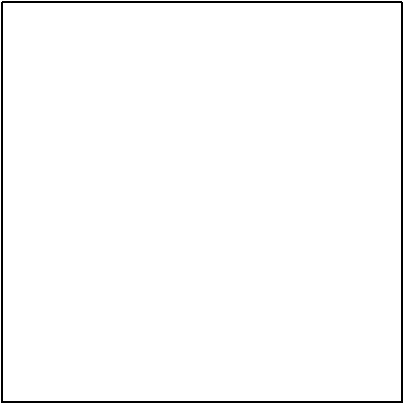
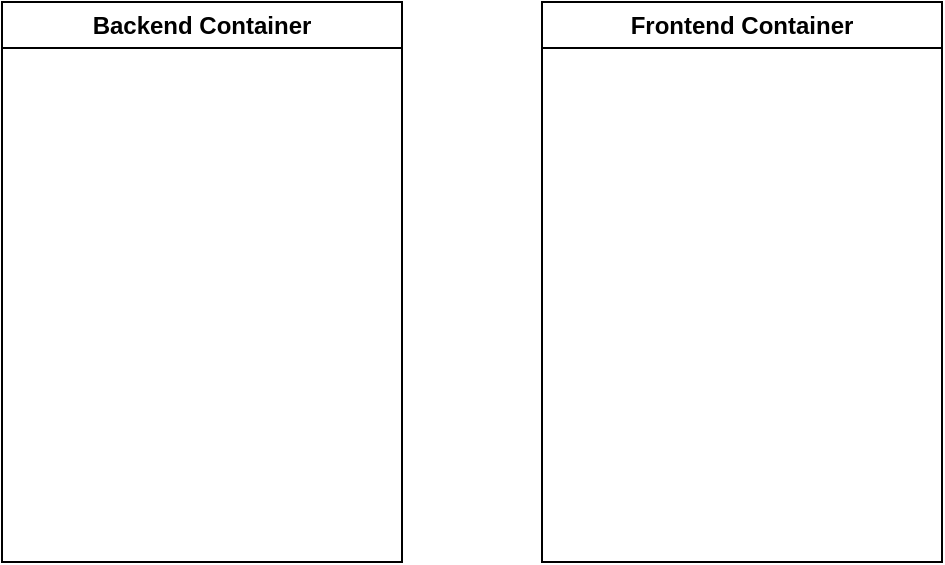
<mxfile host="app.diagrams.net">
  <diagram name="Page-1" id="aBmDPwXw9smlM-xa6Opx">
    <mxGraphModel dx="1022" dy="570" grid="1" gridSize="10" guides="1" tooltips="1" connect="1" arrows="1" fold="1" page="1" pageScale="1" pageWidth="850" pageHeight="1100" math="0" shadow="0">
      <root>
        <mxCell id="0" />
        <mxCell id="1" parent="0" />
-         <mxCell id="RD0zbJQe3BgpwGZoc3LP-1" parent="1" style="swimlane;startSize=0;" value="" vertex="1">
-           <mxGeometry height="200" width="200" x="330" y="200" as="geometry" />
+         <mxCell id="rDHVlWBP_Ud7Ryi1VKtr-2" parent="1" style="swimlane;whiteSpace=wrap;html=1;" value="Backend Container" vertex="1">
+           <mxGeometry height="280" width="200" x="40" y="160" as="geometry" />
+         </mxCell>
+         <mxCell id="rDHVlWBP_Ud7Ryi1VKtr-3" parent="1" style="swimlane;whiteSpace=wrap;html=1;" value="Frontend Container" vertex="1">
+           <mxGeometry height="280" width="200" x="310" y="160" as="geometry" />
        </mxCell>
      </root>
    </mxGraphModel>
  </diagram>
</mxfile>
